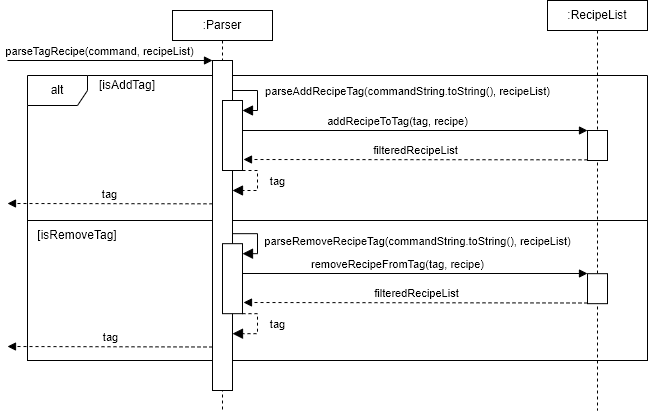
Before: docs/UML/Implementation/TagFunction/TagFunction.png, a diagram exported from draw.io (nus-cs2113-AY2223S2/tp). Source tidied: cells renumbered, new cells last; positions are measured from the earlier drawing's top-left corner, leaving out a move shared by most shapes.
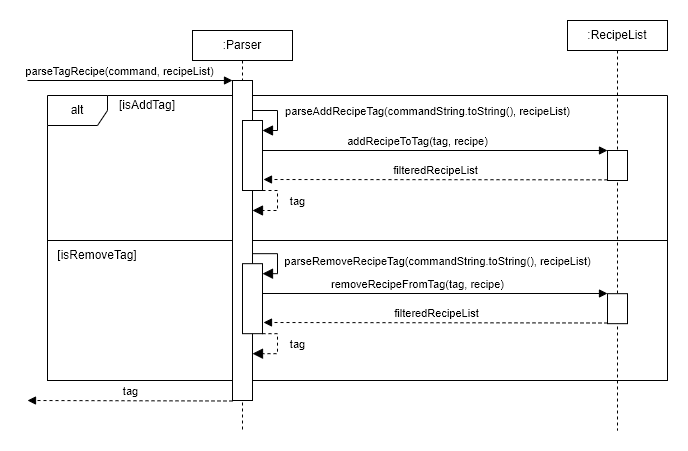
The same file after the commit.

The edit, as a diff of the source:
```diff
@@ -18,7 +18,7 @@
       <mxGeometry x="165" y="10" width="100" height="400" as="geometry" />
     </mxCell>
     <mxCell id="7" style="html=1;points=[];perimeter=orthogonalPerimeter;outlineConnect=0;targetShapes=umlLifeline;portConstraint=eastwest;newEdgeStyle={&quot;edgeStyle&quot;:&quot;elbowEdgeStyle&quot;,&quot;elbow&quot;:&quot;vertical&quot;,&quot;curved&quot;:0,&quot;rounded&quot;:0};" parent="6" vertex="1">
-      <mxGeometry x="40" y="50" width="20" height="330" as="geometry" />
+      <mxGeometry x="40" y="50" width="20" height="320" as="geometry" />
     </mxCell>
     <mxCell id="8" style="html=1;points=[];perimeter=orthogonalPerimeter;outlineConnect=0;targetShapes=umlLifeline;portConstraint=eastwest;newEdgeStyle={&quot;edgeStyle&quot;:&quot;elbowEdgeStyle&quot;,&quot;elbow&quot;:&quot;vertical&quot;,&quot;curved&quot;:0,&quot;rounded&quot;:0};" parent="6" vertex="1">
       <mxGeometry x="50" y="90" width="20" height="70" as="geometry" />
@@ -39,12 +39,6 @@
         <mxPoint x="236" y="159" as="targetPoint" />
       </mxGeometry>
     </mxCell>
-    <mxCell id="12" value="tag" style="html=1;verticalAlign=bottom;endArrow=block;edgeStyle=elbowEdgeStyle;elbow=vertical;curved=0;rounded=0;dashed=1;" parent="1" edge="1">
-      <mxGeometry relative="1" as="geometry">
-        <mxPoint x="205" y="203.3" as="sourcePoint" />
-        <mxPoint y="203" as="targetPoint" />
-      </mxGeometry>
-    </mxCell>
     <mxCell id="13" value="[isAddTag]" style="text;html=1;strokeColor=none;fillColor=none;align=center;verticalAlign=middle;whiteSpace=wrap;rounded=0;" parent="1" vertex="1">
       <mxGeometry x="90" y="70" width="60" height="30" as="geometry" />
     </mxCell>
@@ -87,8 +81,8 @@
     </mxCell>
     <mxCell id="21" value="tag" style="html=1;verticalAlign=bottom;endArrow=block;edgeStyle=elbowEdgeStyle;elbow=vertical;curved=0;rounded=0;dashed=1;" parent="1" edge="1">
       <mxGeometry relative="1" as="geometry">
-        <mxPoint x="205" y="346.5" as="sourcePoint" />
-        <mxPoint y="346.2" as="targetPoint" />
+        <mxPoint x="205" y="380.5" as="sourcePoint" />
+        <mxPoint y="380.2" as="targetPoint" />
       </mxGeometry>
     </mxCell>
     <mxCell id="22" value="tag" style="html=1;verticalAlign=bottom;endArrow=block;dashed=1;endSize=8;edgeStyle=elbowEdgeStyle;rounded=0;endFill=1;" parent="1" edge="1" source="18">
```
